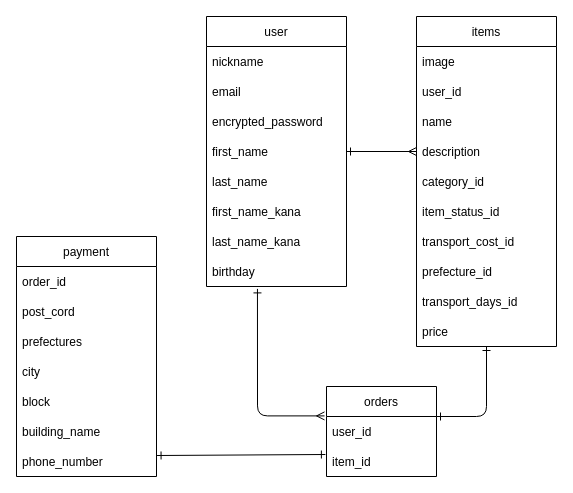
huyuxe/furima-38224 keeps this draw.io diagram as .dio. Above is the earlier version. Source tidied: cells renumbered, new cells numbered last; positions are measured from the earlier drawing's top-left corner, leaving out a move shared by most shapes. Both pictures are drawn from the tidied source at 100%, with x=0, y=0 at pixel (16, 16).
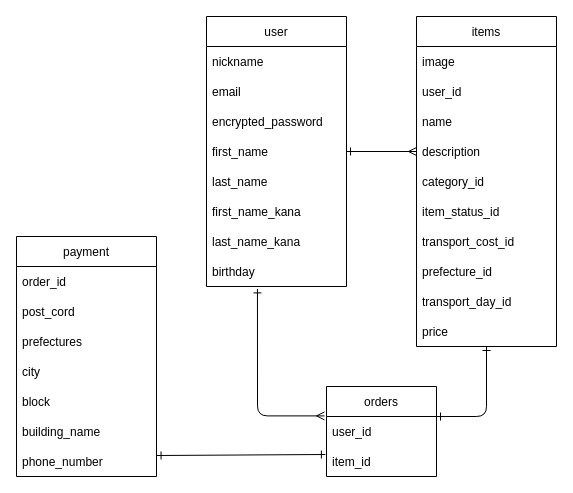
The same page after the edit.

Commit message (it also covers changes not shown here):
データベース設計修正４

The change refers to these unchanged cells:
```xml
<mxCell id="11" value="items" style="swimlane;fontStyle=0;horizontal=1;startSize=30;" parent="1" vertex="1">
  <mxGeometry x="400" width="140" height="330" as="geometry" />
</mxCell>
```

Diff of the diagram source:
```diff
@@
-    <mxCell id="20" value="transport_days_id" style="text;strokeColor=none;fillColor=none;align=left;verticalAlign=middle;spacingLeft=4;spacingRight=4;overflow=hidden;" parent="11" vertex="1">
+    <mxCell id="20" value="transport_day_id" style="text;strokeColor=none;fillColor=none;align=left;verticalAlign=middle;spacingLeft=4;spacingRight=4;overflow=hidden;" parent="11" vertex="1">
       <mxGeometry y="270" width="140" height="30" as="geometry" />
     </mxCell>
```
